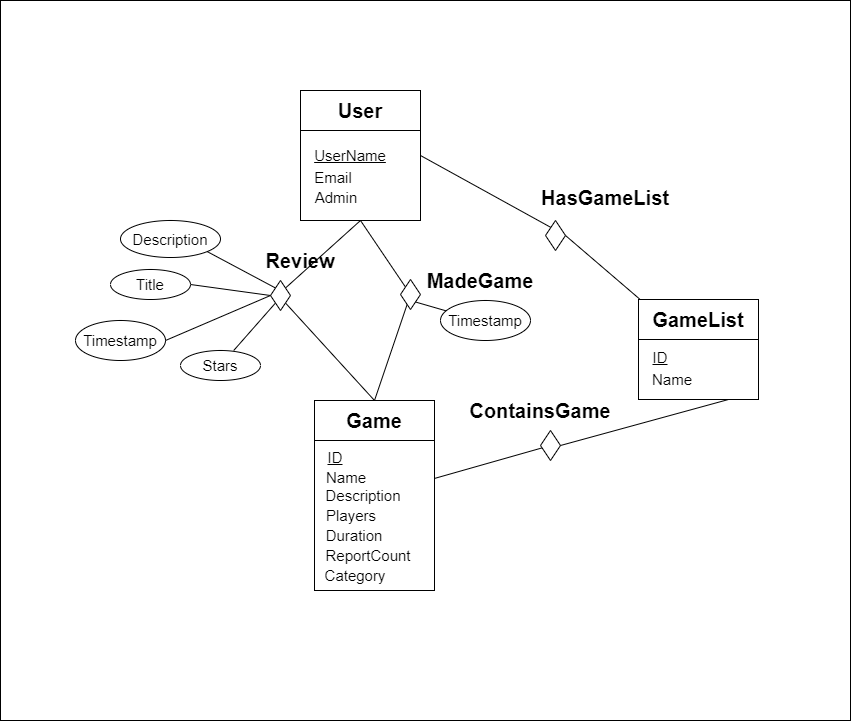
G-dubbbz/bryt-isen keeps this draw.io diagram as backend/databaseModel/model.png. Above is the earlier version. Source tidied: cells renumbered, new cells last; positions are measured from the earlier drawing's top-left corner, leaving out a move shared by most shapes.
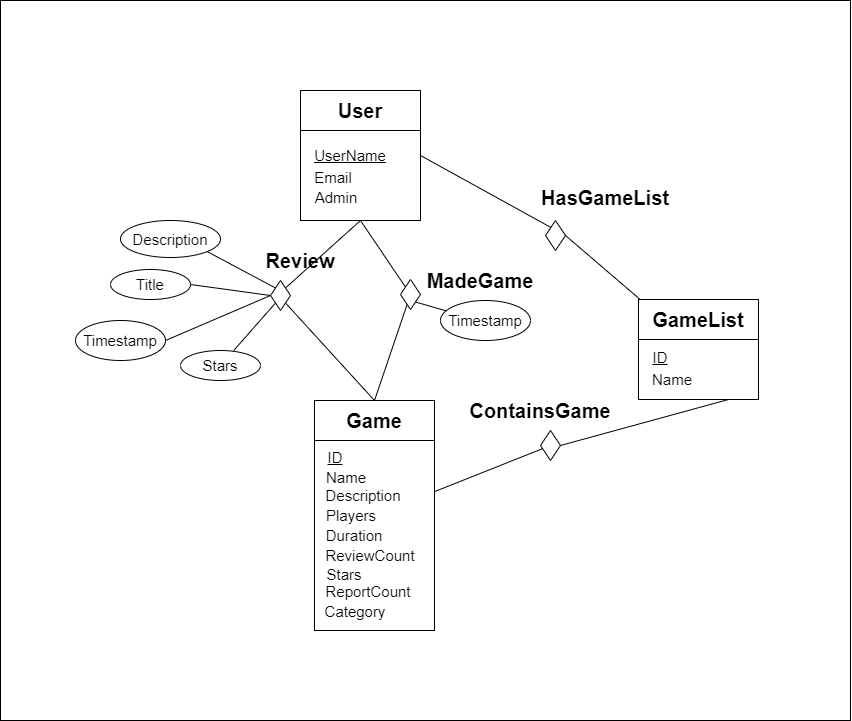
After the commit.

What changed in the source:
```diff
@@ -140,10 +140,10 @@
       <mxGeometry x="15" y="5" width="60" height="30" as="geometry" />
     </mxCell>
     <mxCell id="47" style="group;" parent="1" vertex="1">
-      <mxGeometry x="311" y="400" width="123" height="190" as="geometry" />
+      <mxGeometry x="311" y="400" width="123" height="230" as="geometry" />
     </mxCell>
     <mxCell id="48" style="whiteSpace=wrap;html=1;" parent="47" vertex="1">
-      <mxGeometry x="3" width="120" height="190" as="geometry" />
+      <mxGeometry x="3" width="120" height="230" as="geometry" />
     </mxCell>
     <mxCell id="49" value="Game" style="text;html=1;strokeColor=default;fillColor=none;align=center;verticalAlign=middle;whiteSpace=wrap;rounded=0;fontSize=20;fontStyle=1;" parent="47" vertex="1">
       <mxGeometry x="3" width="120" height="40" as="geometry" />
@@ -164,11 +164,17 @@
       <mxGeometry x="13" y="120" width="60" height="30" as="geometry" />
     </mxCell>
     <mxCell id="55" value="ReportCount" style="text;html=1;strokeColor=none;fillColor=none;align=center;verticalAlign=middle;whiteSpace=wrap;rounded=0;fontSize=15;" parent="47" vertex="1">
-      <mxGeometry x="27" y="140" width="60" height="30" as="geometry" />
+      <mxGeometry x="27" y="176" width="60" height="30" as="geometry" />
     </mxCell>
     <mxCell id="56" value="Category" style="text;html=1;strokeColor=none;fillColor=none;align=center;verticalAlign=middle;whiteSpace=wrap;rounded=0;fontSize=15;" parent="47" vertex="1">
-      <mxGeometry x="14" y="160" width="60" height="30" as="geometry" />
+      <mxGeometry x="14" y="196" width="60" height="30" as="geometry" />
     </mxCell>
+    <mxCell id="60" value="ReviewCount" style="text;html=1;strokeColor=none;fillColor=none;align=center;verticalAlign=middle;whiteSpace=wrap;rounded=0;fontSize=15;" parent="47" vertex="1">
+      <mxGeometry x="29" y="140" width="60" height="30" as="geometry" />
+    </mxCell>
+    <mxCell id="61" value="Stars" style="text;html=1;strokeColor=none;fillColor=none;align=center;verticalAlign=middle;whiteSpace=wrap;rounded=0;fontSize=15;" parent="47" vertex="1">
+      <mxGeometry x="3" y="159" width="60" height="30" as="geometry" />
+    </mxCell>
     <mxCell id="57" style="group;" parent="1" vertex="1">
       <mxGeometry x="180" y="350" width="80" height="30" as="geometry" />
     </mxCell>
```
